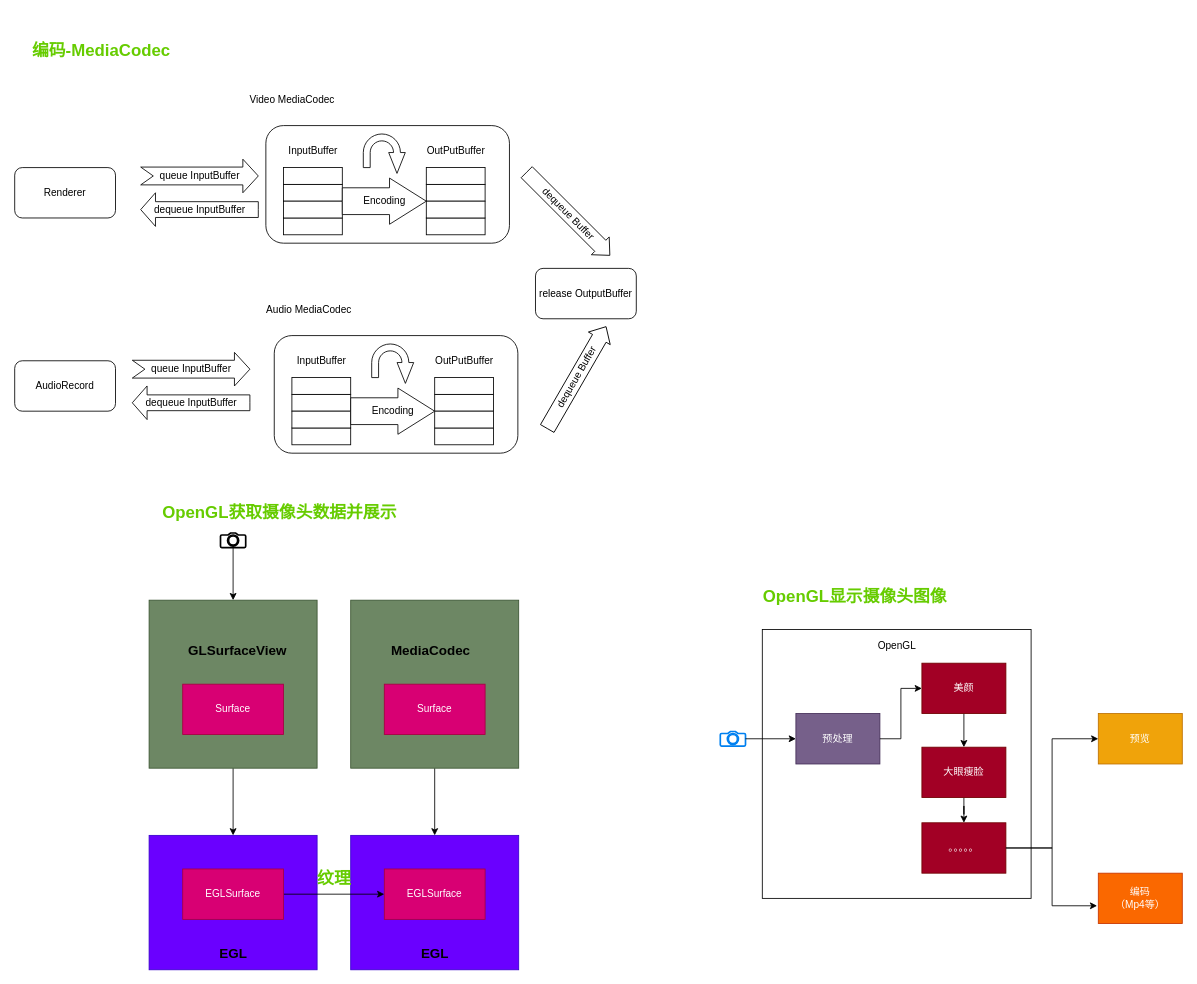
The draw.io diagram page "音视频" (6 of 8) of docs/android_架构.drawio in zcwfeng/zcw_android_demo, before the edit. Source tidied: cells renumbered, new cells numbered last; positions are measured from the earlier drawing's top-left corner, leaving out a move shared by most shapes. Both pictures are drawn from the tidied source at 84%, with x=0, y=0 at pixel (14, 41).
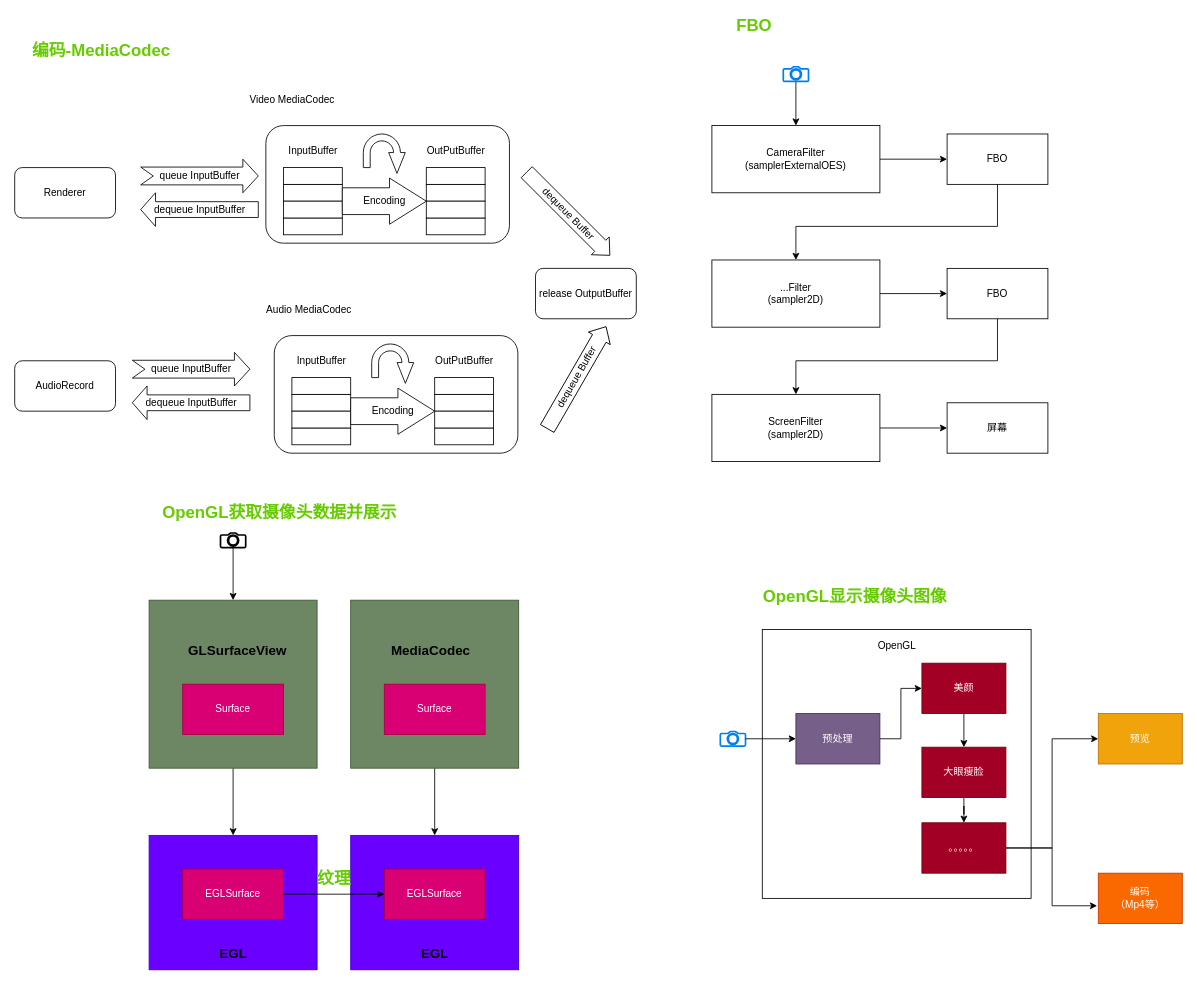
After the change.

What changed in the source:
```diff
@@
+    <mxCell id="86" style="group;" parent="1" vertex="1">
+      <mxGeometry x="830" y="-30" width="400" height="530" as="geometry" />
+    </mxCell>
+    <mxCell id="87" value="屏幕" style="rounded=0;whiteSpace=wrap;html=1;" parent="86" vertex="1">
+      <mxGeometry x="280" y="460" width="120" height="60" as="geometry" />
+    </mxCell>
+    <mxCell id="88" value="FBO" style="rounded=0;whiteSpace=wrap;html=1;" parent="86" vertex="1">
+      <mxGeometry x="280" y="300" width="120" height="60" as="geometry" />
+    </mxCell>
+    <mxCell id="89" value="FBO" style="rounded=0;whiteSpace=wrap;html=1;" parent="86" vertex="1">
+      <mxGeometry x="280" y="140" width="120" height="60" as="geometry" />
+    </mxCell>
+    <mxCell id="90" style="edgeStyle=orthogonalEdgeStyle;rounded=0;jettySize=auto;html=1;entryX=0;entryY=0.5;entryDx=0;entryDy=0;" parent="86" edge="1" source="91" target="87">
+      <mxGeometry relative="1" as="geometry" />
+    </mxCell>
+    <mxCell id="91" value="ScreenFilter&lt;br&gt;(sampler2D)" style="rounded=0;whiteSpace=wrap;html=1;" parent="86" vertex="1">
+      <mxGeometry y="450" width="200" height="80" as="geometry" />
+    </mxCell>
+    <mxCell id="92" style="edgeStyle=orthogonalEdgeStyle;rounded=0;jettySize=auto;html=1;" parent="86" edge="1" source="88" target="91">
+      <mxGeometry relative="1" as="geometry">
+        <Array as="points">
+          <mxPoint x="340" y="410" />
+          <mxPoint x="100" y="410" />
+        </Array>
+      </mxGeometry>
+    </mxCell>
+    <mxCell id="93" style="edgeStyle=orthogonalEdgeStyle;rounded=0;jettySize=auto;html=1;entryX=0;entryY=0.5;entryDx=0;entryDy=0;" parent="86" edge="1" source="94" target="88">
+      <mxGeometry relative="1" as="geometry" />
+    </mxCell>
+    <mxCell id="94" value="...Filter&lt;br&gt;(sampler2D)" style="rounded=0;whiteSpace=wrap;html=1;" parent="86" vertex="1">
+      <mxGeometry y="290" width="200" height="80" as="geometry" />
+    </mxCell>
+    <mxCell id="95" style="edgeStyle=orthogonalEdgeStyle;rounded=0;jettySize=auto;html=1;entryX=0.5;entryY=0;entryDx=0;entryDy=0;" parent="86" edge="1" source="89" target="94">
+      <mxGeometry relative="1" as="geometry">
+        <Array as="points">
+          <mxPoint x="340" y="250" />
+          <mxPoint x="100" y="250" />
+        </Array>
+      </mxGeometry>
+    </mxCell>
+    <mxCell id="96" style="edgeStyle=orthogonalEdgeStyle;rounded=0;jettySize=auto;html=1;entryX=0;entryY=0.5;entryDx=0;entryDy=0;" parent="86" edge="1" source="97" target="89">
+      <mxGeometry relative="1" as="geometry" />
+    </mxCell>
+    <mxCell id="97" value="CameraFilter&lt;br&gt;(samplerExternalOES)" style="rounded=0;whiteSpace=wrap;html=1;" parent="86" vertex="1">
+      <mxGeometry y="130" width="200" height="80" as="geometry" />
+    </mxCell>
+    <mxCell id="98" style="edgeStyle=orthogonalEdgeStyle;rounded=0;jettySize=auto;html=1;entryX=0.5;entryY=0;entryDx=0;entryDy=0;" parent="86" edge="1" source="99" target="97">
+      <mxGeometry relative="1" as="geometry" />
+    </mxCell>
+    <mxCell id="99" style="html=1;verticalLabelPosition=bottom;align=center;labelBackgroundColor=#ffffff;verticalAlign=top;strokeWidth=2;strokeColor=#0080F0;shadow=0;dashed=0;shape=mxgraph.ios7.icons.camera;" parent="86" vertex="1">
+      <mxGeometry x="85" y="60" width="30" height="17.4" as="geometry" />
+    </mxCell>
+    <mxCell id="100" value="&lt;b&gt;&lt;font style=&quot;font-size: 20px&quot; color=&quot;#66cc00&quot;&gt;FBO&lt;/font&gt;&lt;/b&gt;" style="text;html=1;align=center;verticalAlign=middle;" parent="86" vertex="1">
+      <mxGeometry x="20" width="60" height="20" as="geometry" />
+    </mxCell>
```
